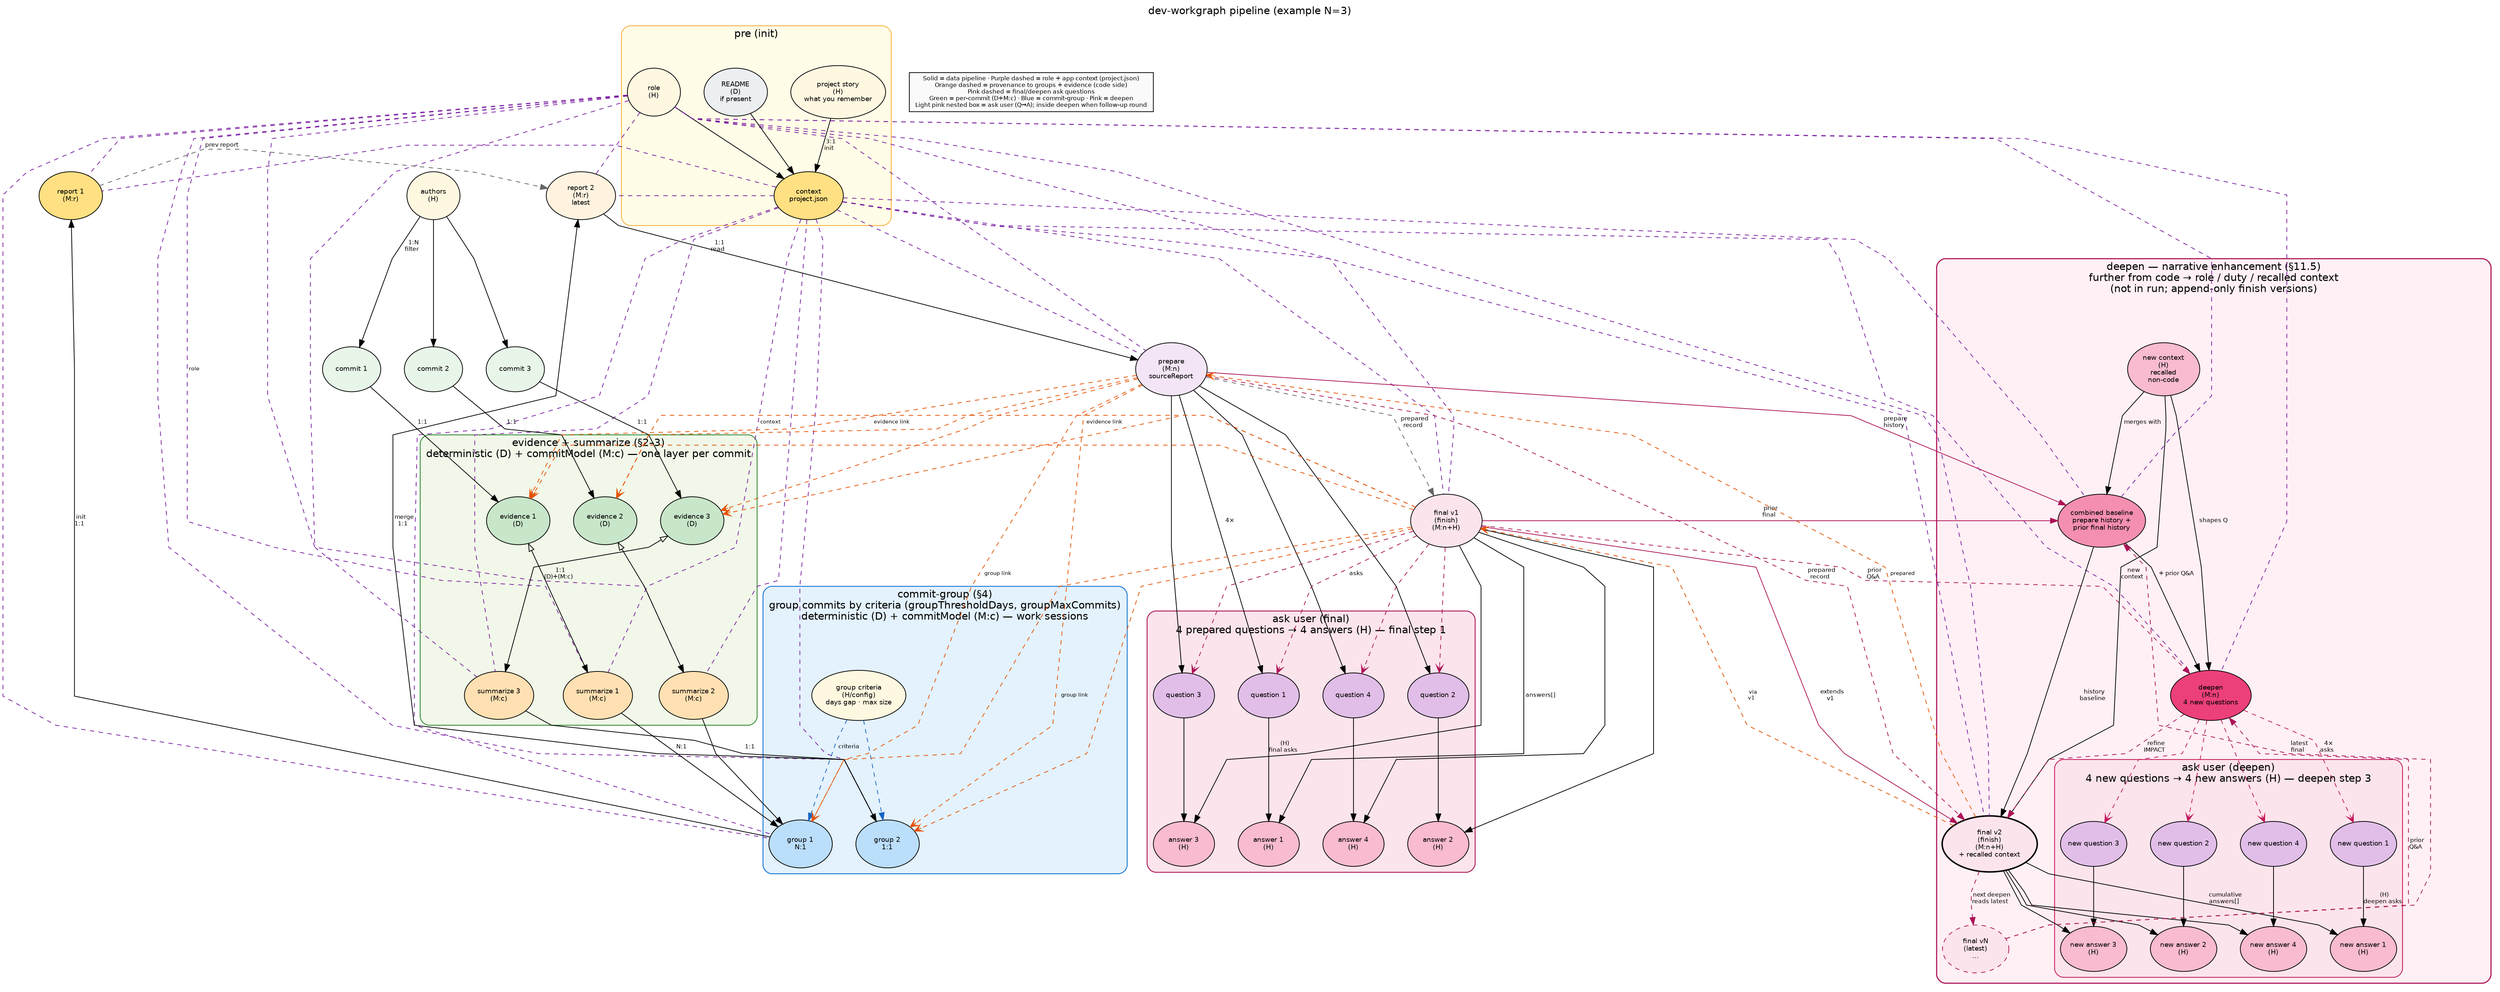
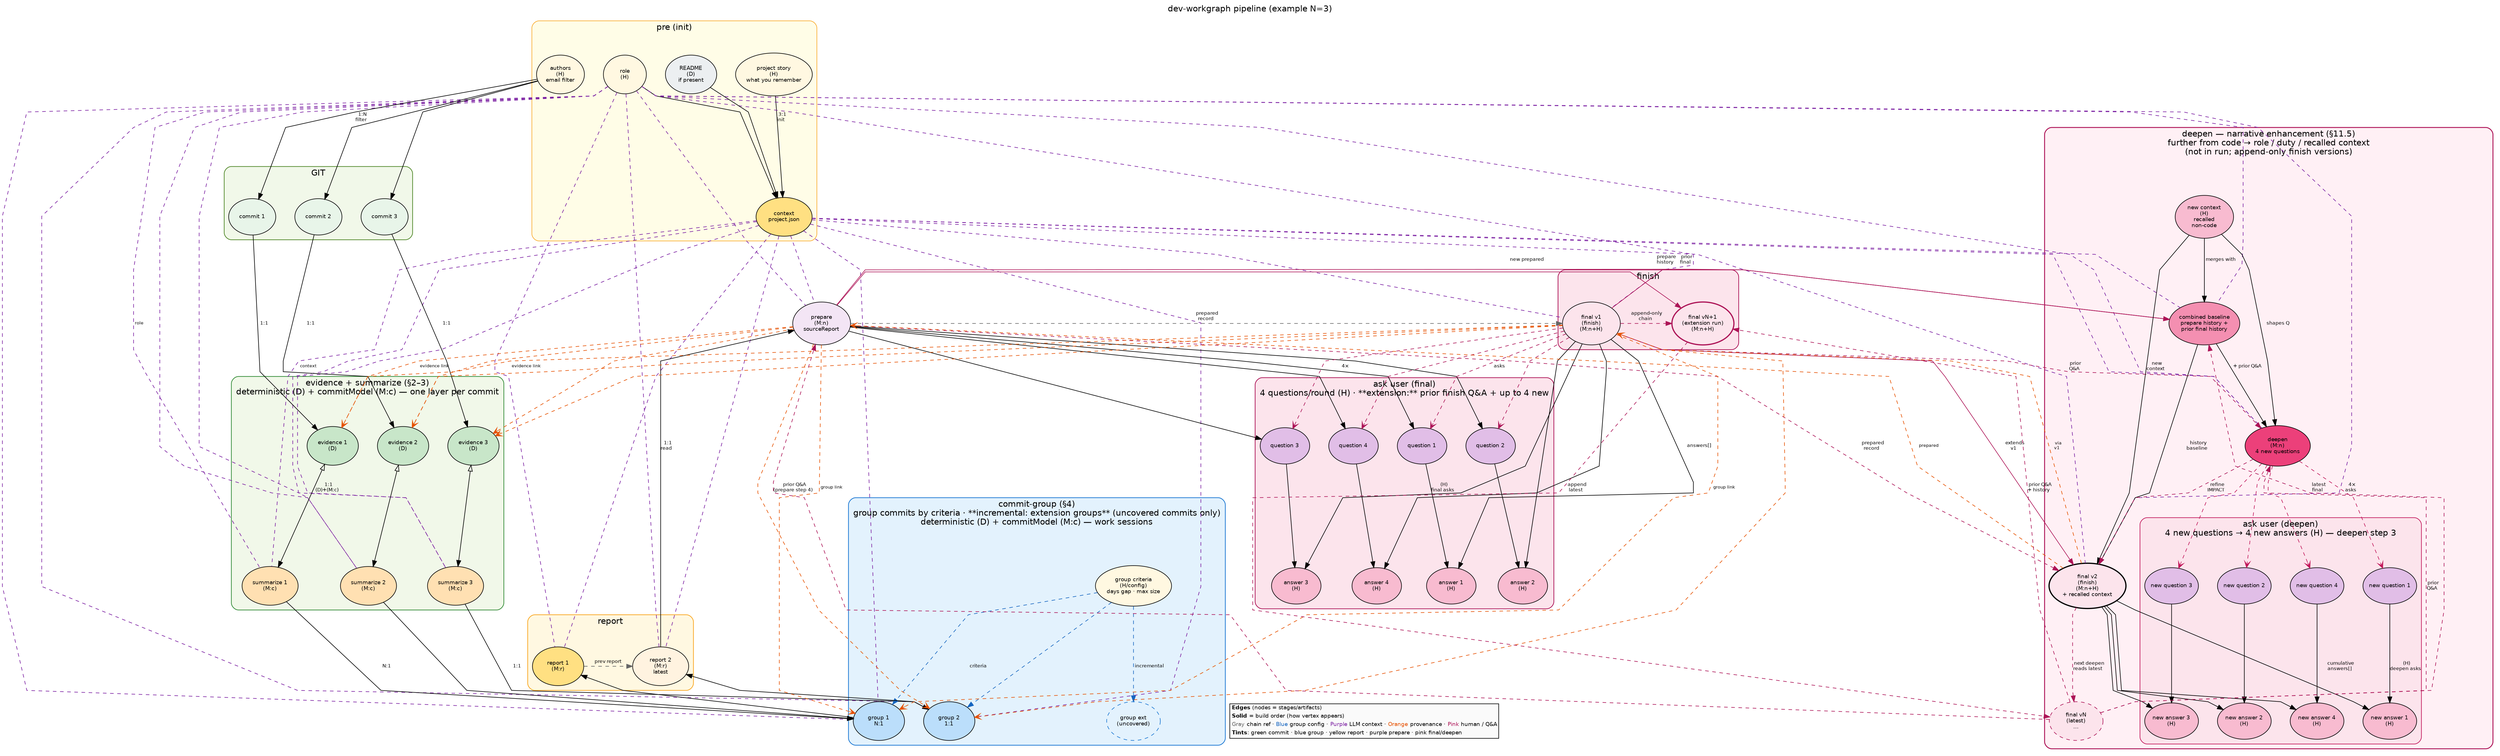
// dev-workgraph — pipeline graph (Graphviz)
//
// Render:
//   dot -Tpng uml/pipeline-graph.dot -o uml/pipeline-graph.png
//   dot -Tsvg uml/pipeline-graph.dot -o uml/pipeline-graph.svg

digraph pipeline {
  graph [
    rankdir=TB
    splines=polyline
    nodesep=0.45
    ranksep=0.75
    fontname="Helvetica"
    label="dev-workgraph pipeline (example N=3)"
    labelloc=t
  ]

  node [
    shape=ellipse
    style=filled
    fontname="Helvetica"
    fontsize=9
  ]

  edge [fontname="Helvetica" fontsize=8]

  // ── pre: human inputs → context (init) ──────────────────────────────

  subgraph cluster_pre {
    label="pre (init)"
    style=rounded
    color="#F9A825"
    bgcolor="#FFFDE7"

    v_story  [label="project story\n(H)\nwhat you remember" fillcolor="#FFF8E1" width=1.5 height=1.0]
    v_role   [label="role\n(H)" fillcolor="#FFF8E1" width=1.0 height=0.9]
    v_readme [label="README\n(D)\nif present" fillcolor="#ECEFF1" width=1.2 height=0.9]
+     v_auth   [label="authors\n(H)\nemail filter" fillcolor="#FFF8E1" width=1.0 height=0.9]

    v_context [label="context\nproject.json" fillcolor="#FFE082" width=1.3 height=0.9]

-     { rank=same; v_story; v_role; v_readme; }
+     { rank=same; v_story; v_role; v_readme; v_auth; }

    v_story  -> v_context [label=" 3:1\ninit "]
    v_role   -> v_context
    v_readme -> v_context
  }

-   // ── authors → commits (1:N) ─────────────────────────────────────────
- 
-   v_auth [label="authors\n(H)" fillcolor="#FFF8E1" width=1.0 height=0.9]
- 
-   v_c1 [label="commit 1" fillcolor="#E8F5E9" width=1.1 height=0.85]
-   v_c2 [label="commit 2" fillcolor="#E8F5E9" width=1.1 height=0.85]
-   v_c3 [label="commit 3" fillcolor="#E8F5E9" width=1.1 height=0.85]
- 
-   { rank=same; v_c1; v_c2; v_c3; }
+   // ── GIT: filtered commits (authors → 1:N) ─────────────────────────────
+ 
+   subgraph cluster_git {
+     label="GIT"
+     style=rounded
+     color="#558B2F"
+     bgcolor="#F1F8E9"
+     penwidth=1.2
+ 
+     v_c1 [label="commit 1" fillcolor="#E8F5E9" width=1.1 height=0.85]
+     v_c2 [label="commit 2" fillcolor="#E8F5E9" width=1.1 height=0.85]
+     v_c3 [label="commit 3" fillcolor="#E8F5E9" width=1.1 height=0.85]
+ 
+     { rank=same; v_c1; v_c2; v_c3; }
+   }

  v_auth -> v_c1 [label=" 1:N\nfilter "]
  v_auth -> v_c2
  v_auth -> v_c3

  // ── per commit: evidence (D) + summarize (M:c) ───────────────────────

  subgraph cluster_commit_layer {
    label="evidence + summarize (§2–3)\ndeterministic (D) + commitModel (M:c) — one layer per commit"
    style=rounded
    color="#388E3C"
    bgcolor="#F1F8E9"
    penwidth=1.2

    v_e1 [label="evidence 1\n(D)" fillcolor="#C8E6C9" width=1.2 height=0.9]
    v_e2 [label="evidence 2\n(D)" fillcolor="#C8E6C9" width=1.2 height=0.9]
    v_e3 [label="evidence 3\n(D)" fillcolor="#C8E6C9" width=1.2 height=0.9]

    { rank=same; v_e1; v_e2; v_e3; }

    v_s1 [label="summarize 1\n(M:c)" fillcolor="#FFE0B2" width=1.3 height=0.9]
    v_s2 [label="summarize 2\n(M:c)" fillcolor="#FFE0B2" width=1.3 height=0.9]
    v_s3 [label="summarize 3\n(M:c)" fillcolor="#FFE0B2" width=1.3 height=0.9]

    { rank=same; v_s1; v_s2; v_s3; }

    v_e1 -> v_s1 [label=" 1:1\n(D)+(M:c) ", dir=both arrowhead=normal arrowtail=onormal]
    v_e2 -> v_s2 [dir=both arrowhead=normal arrowtail=onormal]
    v_e3 -> v_s3 [dir=both arrowhead=normal arrowtail=onormal]
  }

  v_c1 -> v_e1 [label=" 1:1 "]
  v_c2 -> v_e2 [label=" 1:1 "]
  v_c3 -> v_e3 [label=" 1:1 "]

  // ── commit-group: group commits by criteria → work sessions ────────

  subgraph cluster_groups {
-     label="commit-group (§4)\ngroup commits by criteria (groupThresholdDays, groupMaxCommits)\ndeterministic (D) + commitModel (M:c) — work sessions"
+     label="commit-group (§4)\ngroup commits by criteria · **incremental: extension groups** (uncovered commits only)\ndeterministic (D) + commitModel (M:c) — work sessions"
    style=rounded
    color="#1976D2"
    bgcolor="#E3F2FD"
    penwidth=1.2

    v_gcrit [label="group criteria\n(H/config)\ndays gap · max size" fillcolor="#FFF8E1" width=1.35 height=0.95]

    v_g1 [label="group 1\nN:1" fillcolor="#BBDEFB" width=1.2 height=0.9]
    v_g2 [label="group 2\n1:1" fillcolor="#BBDEFB" width=1.2 height=0.9]
- 
-     { rank=same; v_g1; v_g2; }
+     v_gext [label="group ext\n(uncovered)" fillcolor="#E3F2FD" width=1.25 height=0.9 style="filled,dashed" color="#1976D2"]
+ 
+     { rank=same; v_g1; v_g2; v_gext; }

    v_gcrit -> v_g1 [label=" criteria ", style=dashed color="#1565C0"]
    v_gcrit -> v_g2 [style=dashed color="#1565C0"]
+     v_gcrit -> v_gext [label=" incremental ", style=dashed color="#1565C0"]
  }

  v_s1 -> v_g1 [label=" N:1 "]
  v_s2 -> v_g1
  v_s3 -> v_g2 [label=" 1:1 "]

-   // ── report fold: 2 groups → 2 reports ───────────────────────────────
- 
-   v_r1 [label="report 1\n(M:r)" fillcolor="#FFE082" width=1.2 height=0.9]
-   v_r2 [label="report 2\n(M:r)\nlatest" fillcolor="#FFF3E0" width=1.3 height=0.9]
- 
-   { rank=same; v_r1; v_r2; }
+   // ── report fold: groups → report chain ────────────────────────────────
+ 
+   subgraph cluster_reports {
+     label="report"
+     style=rounded
+     color="#F9A825"
+     bgcolor="#FFF8E1"
+     penwidth=1.2
+ 
+     v_r1 [label="report 1\n(M:r)" fillcolor="#FFE082" width=1.2 height=0.9]
+     v_r2 [label="report 2\n(M:r)\nlatest" fillcolor="#FFF3E0" width=1.3 height=0.9]
+ 
+     { rank=same; v_r1; v_r2; }
+ 
+     v_r1 -> v_r2 [label=" prev report ", style=dashed color="#666666"]
+   }

  v_g1 -> v_r1 [label=" init\n1:1 "]
  v_g2 -> v_r2 [label=" merge\n1:1 "]

-   v_r1 -> v_r2 [label=" prev report ", style=dashed color="#666666"]
- 
  // ── prepare → 4 questions → 4 answers (H) → final ─────────────────

  v_prep [label="prepare\n(M:n)\nsourceReport" fillcolor="#F3E5F5" width=1.35 height=1.0]

  v_r2 -> v_prep [label=" 1:1\nread "]

  subgraph cluster_ask_final {
-     label="ask user (final)\n4 prepared questions → 4 answers (H) — final step 1"
+     label="ask user (final)\n4 questions/round (H) · **extension:** prior finish Q&A + up to 4 new"
    style=rounded
    color="#AD1457"
    bgcolor="#FCE4EC"
    penwidth=1.2

    v_q1 [label="question 1" fillcolor="#E1BEE7" width=1.15 height=0.85]
    v_q2 [label="question 2" fillcolor="#E1BEE7" width=1.15 height=0.85]
    v_q3 [label="question 3" fillcolor="#E1BEE7" width=1.15 height=0.85]
    v_q4 [label="question 4" fillcolor="#E1BEE7" width=1.15 height=0.85]

    { rank=same; v_q1; v_q2; v_q3; v_q4; }

    v_a1 [label="answer 1\n(H)" fillcolor="#F8BBD0" width=1.15 height=0.85]
    v_a2 [label="answer 2\n(H)" fillcolor="#F8BBD0" width=1.15 height=0.85]
    v_a3 [label="answer 3\n(H)" fillcolor="#F8BBD0" width=1.15 height=0.85]
    v_a4 [label="answer 4\n(H)" fillcolor="#F8BBD0" width=1.15 height=0.85]

    { rank=same; v_a1; v_a2; v_a3; v_a4; }

    v_q1 -> v_a1 [label=" (H)\nfinal asks "]
    v_q2 -> v_a2
    v_q3 -> v_a3
    v_q4 -> v_a4
  }

  v_prep -> v_q1 [label=" 4× "]
  v_prep -> v_q2
  v_prep -> v_q3
  v_prep -> v_q4

-   v_fin [label="final v1\n(finish)\n(M:n+H)" fillcolor="#FCE4EC" width=1.35 height=1.0]
+   subgraph cluster_finish {
+     label="finish"
+     style=rounded
+     color="#AD1457"
+     bgcolor="#FCE4EC"
+     penwidth=1.2
+ 
+     v_fin [label="final v1\n(finish)\n(M:n+H)" fillcolor="#FCE4EC" width=1.35 height=1.0]
+     v_fext [label="final vN+1\n(extension run)\n(M:n+H)" fillcolor="#FCE4EC" width=1.45 height=1.0 penwidth=2 color="#AD1457"]
+ 
+     { rank=same; v_fin; v_fext; }
+ 
+     v_fin -> v_fext [label=" append-only\nchain ", style=dashed color="#AD1457"]
+   }

  v_prep -> v_fin [label=" prepared\nrecord ", style=dashed color="#666666"]

  v_fin -> v_a1 [label=" answers[] "]
  v_fin -> v_a2
  v_fin -> v_a3
  v_fin -> v_a4

  v_fin -> v_q1 [label=" asks ", style=dashed color="#AD1457" arrowhead=open]
  v_fin -> v_q2 [style=dashed color="#AD1457" arrowhead=open]
  v_fin -> v_q3 [style=dashed color="#AD1457" arrowhead=open]
  v_fin -> v_q4 [style=dashed color="#AD1457" arrowhead=open]

  // ── deepen: narrative enhancement — further from code → role / duty ─

  subgraph cluster_deepen {
    label="deepen — narrative enhancement (§11.5)\nfurther from code → role / duty / recalled context\n(not in run; append-only finish versions)"
    style=rounded
    color="#AD1457"
    bgcolor="#FFF0F5"
    penwidth=1.5

    v_recall [label="new context\n(H)\nrecalled\nnon-code" fillcolor="#F8BBD0" width=1.35 height=1.0]

    v_combine [label="combined baseline\nprepare history +\nprior final history" fillcolor="#F48FB1" width=1.55 height=1.0]

    v_deepen [label="deepen\n(M:n)\n4 new questions" fillcolor="#EC407A" width=1.35 height=0.95]

    subgraph cluster_ask_deepen {
      label="ask user (deepen)\n4 new questions → 4 new answers (H) — deepen step 3"
      style=rounded
      color="#C2185B"
      bgcolor="#FCE4EC"
      penwidth=1.1

      v_nq1 [label="new question 1" fillcolor="#E1BEE7" width=1.2 height=0.85]
      v_nq2 [label="new question 2" fillcolor="#E1BEE7" width=1.2 height=0.85]
      v_nq3 [label="new question 3" fillcolor="#E1BEE7" width=1.2 height=0.85]
      v_nq4 [label="new question 4" fillcolor="#E1BEE7" width=1.2 height=0.85]

      { rank=same; v_nq1; v_nq2; v_nq3; v_nq4; }

      v_na1 [label="new answer 1\n(H)" fillcolor="#F8BBD0" width=1.2 height=0.85]
      v_na2 [label="new answer 2\n(H)" fillcolor="#F8BBD0" width=1.2 height=0.85]
      v_na3 [label="new answer 3\n(H)" fillcolor="#F8BBD0" width=1.2 height=0.85]
      v_na4 [label="new answer 4\n(H)" fillcolor="#F8BBD0" width=1.2 height=0.85]

      { rank=same; v_na1; v_na2; v_na3; v_na4; }

      v_nq1 -> v_na1 [label=" (H)\ndeepen asks "]
      v_nq2 -> v_na2
      v_nq3 -> v_na3
      v_nq4 -> v_na4
    }

    v_fin2 [label="final v2\n(finish)\n(M:n+H)\n+ recalled context" fillcolor="#FCE4EC" width=1.45 height=1.05 penwidth=2]
    v_finN [label="final vN\n(latest)\n…" fillcolor="#FCE4EC" width=1.25 height=0.9 style="filled,dashed" color="#AD1457"]

    v_recall -> v_combine [label=" merges with "]
    v_combine -> v_deepen [label=" + prior Q&A "]
    v_recall -> v_deepen [label=" shapes Q "]

    v_deepen -> v_nq1 [label=" 4×\nasks ", style=dashed color="#C2185B" arrowhead=open]
    v_deepen -> v_nq2 [style=dashed color="#C2185B" arrowhead=open]
    v_deepen -> v_nq3 [style=dashed color="#C2185B" arrowhead=open]
    v_deepen -> v_nq4 [style=dashed color="#C2185B" arrowhead=open]

    v_combine -> v_fin2 [label=" history\nbaseline "]
    v_recall -> v_fin2 [label=" new\ncontext "]
    v_deepen -> v_fin2 [label=" refine\nIMPACT " style=dashed color="#AD1457"]
    v_fin2 -> v_na1 [label=" cumulative\nanswers[] "]
    v_fin2 -> v_na2
    v_fin2 -> v_na3
    v_fin2 -> v_na4

    v_fin2 -> v_finN [label=" next deepen\nreads latest ", style=dashed color="#AD1457"]

    v_finN -> v_combine [label=" latest\nfinal ", style=dashed color="#AD1457" constraint=false]
    v_finN -> v_deepen [label=" prior\nQ&A ", style=dashed color="#AD1457" constraint=false]
  }

+ 
  // prepare + final v1 feed the deepen cluster (no new code paths)
+   v_finN -> v_fext [label=" prior Q&A\n+ history ", color="#AD1457" style=dashed]
+   v_prep -> v_fext [label=" new prepared ", color="#AD1457"]
+   v_fext -> v_finN [label=" append\nlatest ", color="#AD1457" style=dashed constraint=false]
+ 
  v_prep -> v_combine [label=" prepare\nhistory ", color="#AD1457"]
  v_fin -> v_combine [label=" prior\nfinal ", color="#AD1457"]
  v_fin -> v_deepen [label=" prior\nQ&A ", color="#AD1457" style=dashed]
+   v_finN -> v_prep [label=" prior Q&A\n(prepare step 4) ", style=dashed color="#AD1457" constraint=false]
  v_prep -> v_fin2 [label=" prepared\nrecord ", style=dashed color="#AD1457"]
  v_fin -> v_fin2 [label=" extends\nv1 ", color="#AD1457"]

  // ── provenance: prepare + final keep links to groups and evidence ───

  {
    edge [
      style=dashed
      color="#E65100"
      arrowhead=open
      fontsize=7
    ]

    // prepare: via latest report (sourceGroups, historySource, groupCount)
    v_prep -> v_g1 [label=" group link "]
    v_prep -> v_g2
    v_prep -> v_e1 [label=" evidence link "]
    v_prep -> v_e2
    v_prep -> v_e3

    // final v1 (finish.json): sourceReport + sourcePrepared → same chain
    v_fin -> v_g1 [label=" group link "]
    v_fin -> v_g2
    v_fin -> v_e1 [label=" evidence link "]
    v_fin -> v_e2
    v_fin -> v_e3

    // final v2+ inherits code provenance only via prior finish (no new code reads)
    v_fin2 -> v_fin [label=" via\nv1 "]
    v_fin2 -> v_prep [label=" prepared "]
  }

  // ── context + role → every LLM stage (project context block) ────────

  {
    edge [
      style=dashed
      color="#7B1FA2"
      arrowhead=none
      fontsize=7
    ]

    v_context -> v_s1 [label=" context "]
    v_context -> v_s2
    v_context -> v_s3
    v_context -> v_g1
    v_context -> v_g2
    v_context -> v_r1
    v_context -> v_r2
    v_context -> v_prep
    v_context -> v_fin
    v_context -> v_combine
    v_context -> v_deepen
    v_context -> v_fin2

    v_role -> v_s1 [label=" role "]
    v_role -> v_s2
    v_role -> v_s3
    v_role -> v_g1
    v_role -> v_g2
    v_role -> v_r1
    v_role -> v_r2
    v_role -> v_prep
    v_role -> v_fin
    v_role -> v_combine
    v_role -> v_deepen
    v_role -> v_fin2
  }

-   legend [
-     shape=box
-     style=filled
-     fillcolor="#FAFAFA"
-     fontsize=8
-     fixedsize=false
-     label="Solid = data pipeline · Purple dashed = role + app context (project.json)\nOrange dashed = provenance to groups + evidence (code side)\nPink dashed = final/deepen ask questions\nGreen = per-commit (D+M:c) · Blue = commit-group · Pink = deepen\nLight pink nested box = ask user (Q→A); inside deepen when follow-up round"
+   // ── legend: bottom-left, content-sized (no cluster — cluster stretched to full graph width) ──
+ 
+   legend_compact [
+     shape=plaintext
+     margin=0
+     label=<
+       <TABLE BORDER="1" CELLBORDER="0" CELLPADDING="2" CELLSPACING="0" BGCOLOR="#FAFAFA">
+         <TR><TD ALIGN="LEFT"><B>Edges</B> (nodes = stages/artifacts)</TD></TR>
+         <TR><TD ALIGN="LEFT"><B>Solid</B> = build order (how vertex appears)</TD></TR>
+         <TR><TD ALIGN="LEFT"><FONT COLOR="#666666">Gray</FONT> chain ref · <FONT COLOR="#1565C0">Blue</FONT> group config · <FONT COLOR="#7B1FA2">Purple</FONT> LLM context · <FONT COLOR="#E65100">Orange</FONT> provenance · <FONT COLOR="#AD1457">Pink</FONT> human / Q&amp;A</TD></TR>
+         <TR><TD ALIGN="LEFT"><B>Tints</B>: green commit · blue group · yellow report · purple prepare · pink final/deepen</TD></TR>
+       </TABLE>
+     >
  ]
+ 
+   { rank=sink; legend_compact; }
+   v_gcrit -> legend_compact [style=invis weight=10 minlen=1]
}
